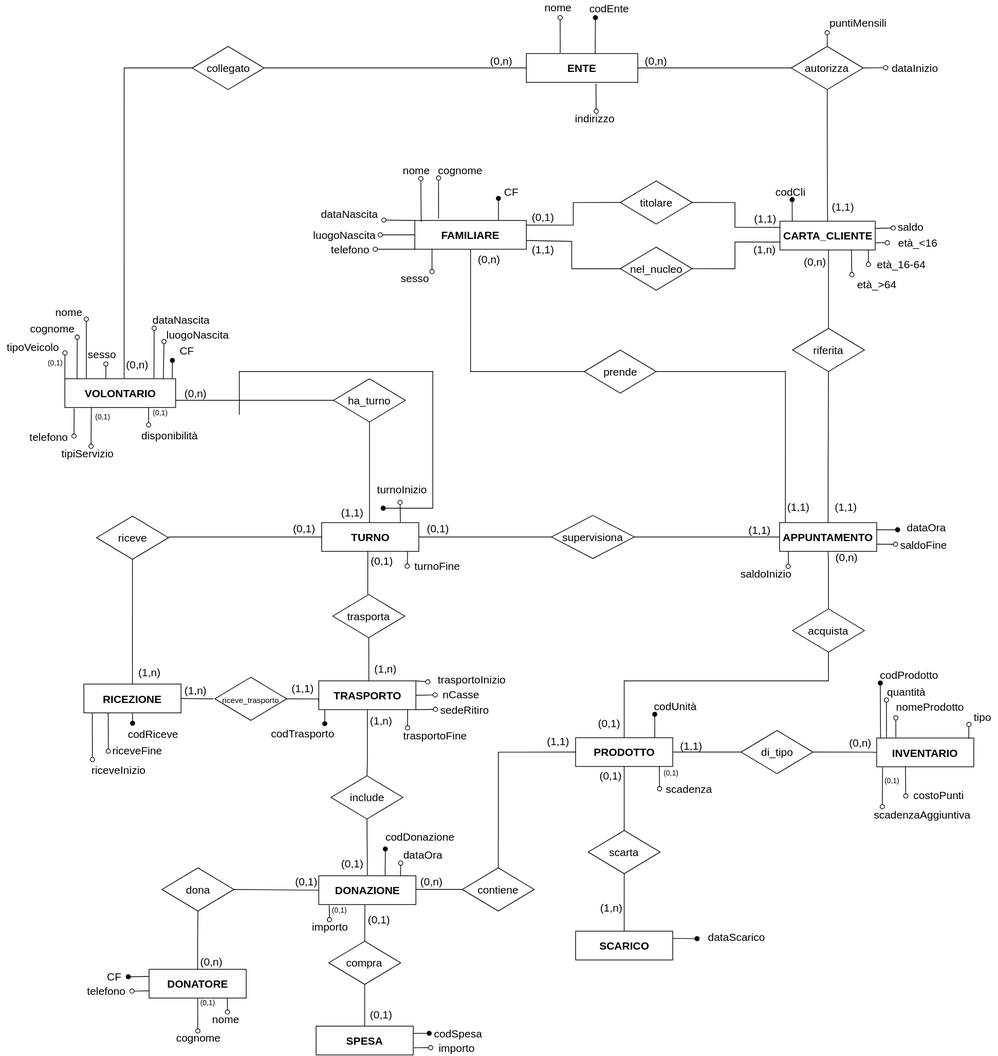
Ludof63/BDD-project keeps this draw.io diagram as PARTE I/.socialMarket_res.svg. Above is the earlier version. Source tidied: cells renumbered, new cells last; positions are measured from the earlier drawing's top-left corner, leaving out a move shared by most shapes.
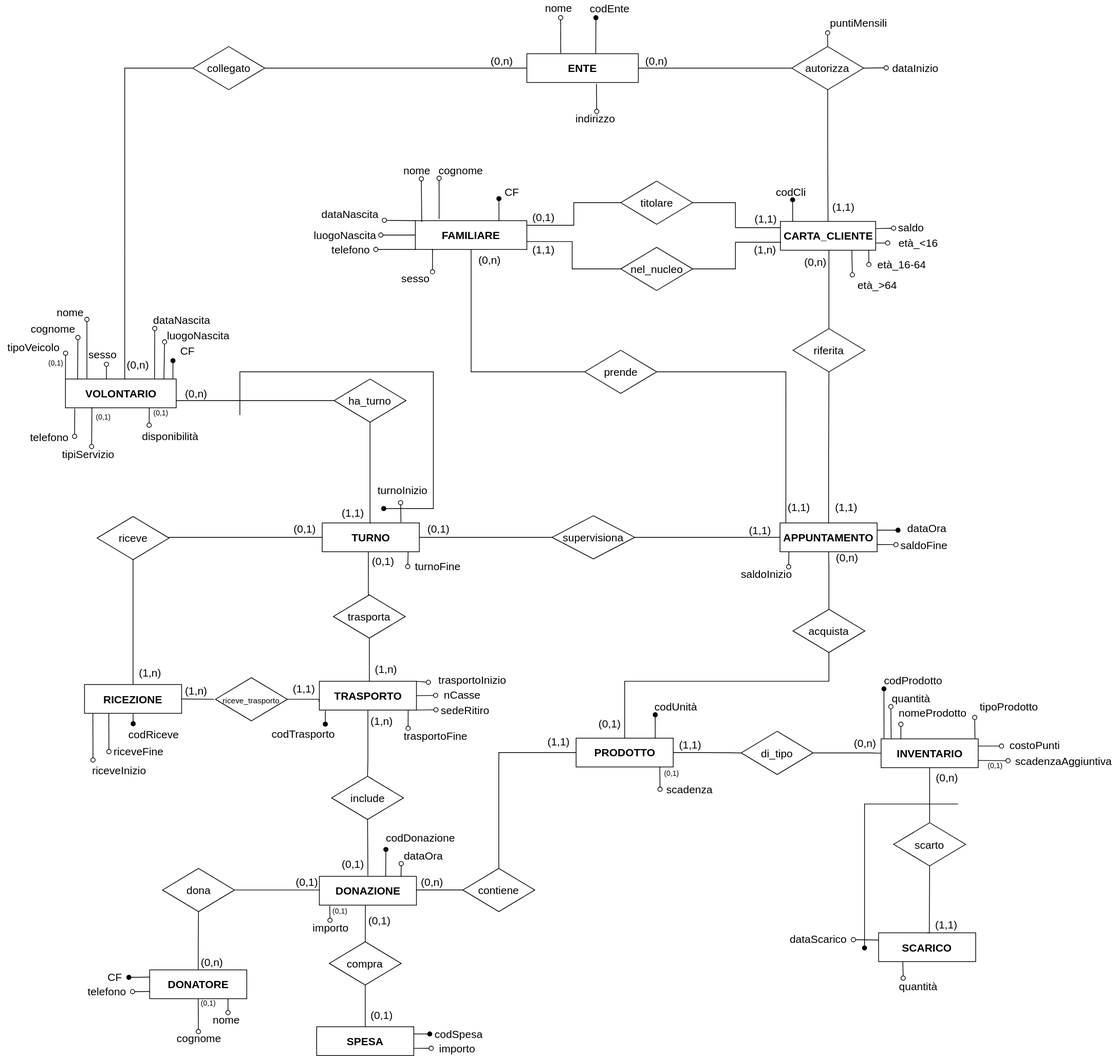
Above is the later version.

The edit, as a diff of the source:
```diff
@@ -489,35 +489,6 @@
     <mxCell id="142" value="&lt;font style=&quot;font-size: 10px&quot;&gt;(0,1)&lt;/font&gt;" style="text;html=1;align=center;verticalAlign=middle;strokeColor=none;fillColor=none;fontSize=15;" parent="1" vertex="1">
       <mxGeometry x="202.5" y="556" width="40" height="30" as="geometry" />
     </mxCell>
-    <mxCell id="143" value="&lt;b&gt;&lt;font style=&quot;font-size: 15px&quot;&gt;SCARICO&lt;br&gt;&lt;/font&gt;&lt;/b&gt;" style="rounded=0;whiteSpace=wrap;html=1;" parent="1" vertex="1">
-      <mxGeometry x="800.5" y="1294" width="135" height="40" as="geometry" />
-    </mxCell>
-    <mxCell id="144" value="dataScarico" style="text;html=1;align=center;verticalAlign=middle;points=[];strokeColor=none;fillColor=none;fontSize=15;" parent="1" vertex="1">
-      <mxGeometry x="973.5" y="1287" width="100" height="30" as="geometry" />
-    </mxCell>
-    <mxCell id="145" value="scarta" style="rhombus;whiteSpace=wrap;html=1;fontSize=15;" parent="1" vertex="1">
-      <mxGeometry x="818" y="1154" width="100" height="60" as="geometry" />
-    </mxCell>
-    <mxCell id="146" style="endArrow=none;html=1;rounded=0;fontSize=15;exitX=0.5;exitY=1;exitDx=0;exitDy=0;edgeStyle=orthogonalEdgeStyle;entryX=0.5;entryY=0;entryDx=0;entryDy=0;" parent="1" edge="1" source="2" target="145">
-      <mxGeometry relative="1" as="geometry" />
-    </mxCell>
-    <mxCell id="147" style="endArrow=none;html=1;rounded=0;fontSize=15;exitX=0.5;exitY=1;exitDx=0;exitDy=0;edgeStyle=orthogonalEdgeStyle;entryX=0.5;entryY=0;entryDx=0;entryDy=0;" parent="1" edge="1" source="145" target="143">
-      <mxGeometry relative="1" as="geometry">
-        <Array as="points">
-          <mxPoint x="868" y="1264" />
-          <mxPoint x="868" y="1264" />
-        </Array>
-      </mxGeometry>
-    </mxCell>
-    <mxCell id="148" value="(0,1)" style="text;html=1;align=center;verticalAlign=middle;strokeColor=none;fillColor=none;fontSize=15;" parent="1" vertex="1">
-      <mxGeometry x="823.5" y="1068" width="50" height="20" as="geometry" />
-    </mxCell>
-    <mxCell id="149" value="(1,n)" style="text;html=1;align=center;verticalAlign=middle;strokeColor=none;fillColor=none;fontSize=15;" parent="1" vertex="1">
-      <mxGeometry x="824.5" y="1251" width="50" height="20" as="geometry" />
-    </mxCell>
-    <mxCell id="150" style="edgeStyle=none;rounded=0;jettySize=auto;html=1;fontSize=15;endArrow=oval;endFill=1;exitX=1;exitY=0.25;exitDx=0;exitDy=0;entryX=-0.042;entryY=0.581;entryDx=0;entryDy=0;entryPerimeter=0;" parent="1" edge="1" source="143" target="144">
-      <mxGeometry relative="1" as="geometry" />
-    </mxCell>
     <mxCell id="151" value="&lt;b&gt;&lt;font style=&quot;font-size: 15px&quot;&gt;TURNO&lt;br&gt;&lt;/font&gt;&lt;/b&gt;" style="rounded=0;whiteSpace=wrap;html=1;" parent="1" vertex="1">
       <mxGeometry x="447.5" y="726" width="135" height="40" as="geometry" />
     </mxCell>
@@ -544,63 +515,12 @@
     <mxCell id="157" value="(0,n)" style="text;html=1;align=center;verticalAlign=middle;strokeColor=none;fillColor=none;fontSize=15;" parent="1" vertex="1">
       <mxGeometry x="247" y="536" width="50" height="20" as="geometry" />
     </mxCell>
-    <mxCell id="158" value="&lt;b&gt;&lt;font style=&quot;font-size: 15px&quot;&gt;INVENTARIO&lt;br&gt;&lt;/font&gt;&lt;/b&gt;" style="rounded=0;whiteSpace=wrap;html=1;" parent="1" vertex="1">
-      <mxGeometry x="1219" y="1025.5" width="135" height="40" as="geometry" />
-    </mxCell>
-    <mxCell id="159" value="codProdotto" style="text;html=1;align=center;verticalAlign=middle;points=[];strokeColor=none;fillColor=none;fontSize=15;" parent="1" vertex="1">
-      <mxGeometry x="1214" y="927.5" width="100" height="20" as="geometry" />
-    </mxCell>
-    <mxCell id="160" style="edgeStyle=none;rounded=0;jettySize=auto;html=1;fontSize=15;endArrow=oval;endFill=1;exitX=0.04;exitY=0;exitDx=0;exitDy=0;entryX=0.1;entryY=1.075;entryDx=0;entryDy=0;entryPerimeter=0;exitPerimeter=0;" parent="1" edge="1" source="158" target="159">
-      <mxGeometry relative="1" as="geometry" />
-    </mxCell>
-    <mxCell id="161" value="costoPunti" style="text;html=1;align=center;verticalAlign=middle;points=[];strokeColor=none;fillColor=none;fontSize=15;" parent="1" vertex="1">
-      <mxGeometry x="1260" y="1095" width="90" height="20" as="geometry" />
-    </mxCell>
-    <mxCell id="162" style="edgeStyle=none;rounded=0;jettySize=auto;html=1;fontSize=15;endArrow=oval;endFill=0;entryX=-0.006;entryY=0.55;entryDx=0;entryDy=0;entryPerimeter=0;" parent="1" edge="1" target="161">
-      <mxGeometry relative="1" as="geometry">
-        <mxPoint x="1259" y="1066" as="sourcePoint" />
-      </mxGeometry>
-    </mxCell>
-    <mxCell id="163" value="scadenzaAggiuntiva" style="text;html=1;align=center;verticalAlign=middle;points=[];strokeColor=none;fillColor=none;fontSize=15;" parent="1" vertex="1">
-      <mxGeometry x="1207" y="1121.5" width="150" height="20" as="geometry" />
-    </mxCell>
-    <mxCell id="164" style="edgeStyle=none;rounded=0;jettySize=auto;html=1;fontSize=15;endArrow=oval;endFill=0;entryX=0.132;entryY=-0.029;entryDx=0;entryDy=0;entryPerimeter=0;exitX=0.061;exitY=1.023;exitDx=0;exitDy=0;exitPerimeter=0;" parent="1" edge="1" source="158" target="163">
-      <mxGeometry relative="1" as="geometry" />
-    </mxCell>
-    <mxCell id="165" value="&lt;font style=&quot;font-size: 10px&quot;&gt;(0,1)&lt;/font&gt;" style="text;html=1;align=center;verticalAlign=middle;strokeColor=none;fillColor=none;fontSize=15;" parent="1" vertex="1">
-      <mxGeometry x="1220" y="1068" width="40" height="30" as="geometry" />
-    </mxCell>
-    <mxCell id="166" value="di_tipo" style="rhombus;whiteSpace=wrap;html=1;fontSize=15;" parent="1" vertex="1">
-      <mxGeometry x="1030.5" y="1015" width="100" height="60" as="geometry" />
-    </mxCell>
-    <mxCell id="167" style="endArrow=none;html=1;rounded=0;fontSize=15;exitX=1;exitY=0.5;exitDx=0;exitDy=0;edgeStyle=orthogonalEdgeStyle;entryX=0;entryY=0.5;entryDx=0;entryDy=0;" parent="1" edge="1" source="166" target="158">
-      <mxGeometry relative="1" as="geometry">
-        <Array as="points">
-          <mxPoint x="1212" y="1045" />
-        </Array>
-      </mxGeometry>
-    </mxCell>
     <mxCell id="168" style="endArrow=none;html=1;rounded=0;fontSize=15;exitX=1;exitY=0.5;exitDx=0;exitDy=0;edgeStyle=orthogonalEdgeStyle;entryX=0;entryY=0.5;entryDx=0;entryDy=0;" parent="1" edge="1" source="2" target="166">
       <mxGeometry relative="1" as="geometry" />
     </mxCell>
     <mxCell id="169" value="(1,1)" style="text;html=1;align=center;verticalAlign=middle;strokeColor=none;fillColor=none;fontSize=15;" parent="1" vertex="1">
-      <mxGeometry x="935.5" y="1025.5" width="50" height="20" as="geometry" />
+      <mxGeometry x="933.5" y="1023.5" width="50" height="20" as="geometry" />
     </mxCell>
-    <mxCell id="170" value="(0,n)" style="text;html=1;align=center;verticalAlign=middle;strokeColor=none;fillColor=none;fontSize=15;" parent="1" vertex="1">
-      <mxGeometry x="1171" y="1021.5" width="50" height="20" as="geometry" />
-    </mxCell>
-    <mxCell id="171" value="quantità" style="text;html=1;align=center;verticalAlign=middle;points=[];strokeColor=none;fillColor=none;fontSize=15;" parent="1" vertex="1">
-      <mxGeometry x="1225" y="951" width="70" height="20" as="geometry" />
-    </mxCell>
-    <mxCell id="172" style="edgeStyle=none;rounded=0;jettySize=auto;html=1;fontSize=15;endArrow=oval;endFill=0;entryX=0.108;entryY=1.083;entryDx=0;entryDy=0;entryPerimeter=0;exitX=0.101;exitY=-0.01;exitDx=0;exitDy=0;exitPerimeter=0;" parent="1" edge="1" source="158" target="171">
-      <mxGeometry relative="1" as="geometry" />
-    </mxCell>
-    <mxCell id="173" value="tipo" style="text;html=1;align=center;verticalAlign=middle;points=[];strokeColor=none;fillColor=none;fontSize=15;" parent="1" vertex="1">
-      <mxGeometry x="1346" y="986" width="40" height="20" as="geometry" />
-    </mxCell>
-    <mxCell id="174" style="edgeStyle=none;rounded=0;jettySize=auto;html=1;fontSize=15;endArrow=oval;endFill=0;entryX=0.032;entryY=1.024;entryDx=0;entryDy=0;entryPerimeter=0;exitX=0.948;exitY=0.024;exitDx=0;exitDy=0;exitPerimeter=0;" parent="1" edge="1" source="158" target="173">
-      <mxGeometry relative="1" as="geometry" />
-    </mxCell>
     <mxCell id="175" value="telefono&lt;br&gt;" style="text;html=1;align=center;verticalAlign=middle;points=[];strokeColor=none;fillColor=none;fontSize=15;" parent="1" vertex="1">
       <mxGeometry x="112.6" y="1367" width="70" height="20" as="geometry" />
     </mxCell>
@@ -776,12 +696,6 @@
     <mxCell id="217" value="riceveInizio" style="text;html=1;align=center;verticalAlign=middle;points=[];strokeColor=none;fillColor=none;fontSize=15;" parent="1" vertex="1">
       <mxGeometry x="114.6" y="1055" width="100" height="30" as="geometry" />
     </mxCell>
-    <mxCell id="218" value="nomeProdotto" style="text;html=1;align=center;verticalAlign=middle;points=[];strokeColor=none;fillColor=none;fontSize=15;" parent="1" vertex="1">
-      <mxGeometry x="1233" y="967" width="120" height="30" as="geometry" />
-    </mxCell>
-    <mxCell id="219" style="edgeStyle=none;rounded=0;jettySize=auto;html=1;fontSize=15;endArrow=oval;endFill=0;exitX=0.198;exitY=-0.024;exitDx=0;exitDy=0;exitPerimeter=0;entryX=0.105;entryY=1.015;entryDx=0;entryDy=0;entryPerimeter=0;" parent="1" edge="1" source="158" target="218">
-      <mxGeometry relative="1" as="geometry" />
-    </mxCell>
     <mxCell id="220" value="nel_nucleo" style="rhombus;whiteSpace=wrap;html=1;fontSize=15;" parent="1" vertex="1">
       <mxGeometry x="862.5" y="343" width="100" height="60" as="geometry" />
     </mxCell>
@@ -830,5 +744,110 @@
     <mxCell id="229" value="(1,n)" style="text;html=1;align=center;verticalAlign=middle;strokeColor=none;fillColor=none;fontSize=15;" parent="1" vertex="1">
       <mxGeometry x="1038" y="331" width="50" height="30" as="geometry" />
     </mxCell>
+    <mxCell id="143" value="&lt;b&gt;&lt;font style=&quot;font-size: 15px&quot;&gt;SCARICO&lt;br&gt;&lt;/font&gt;&lt;/b&gt;" style="rounded=0;whiteSpace=wrap;html=1;" parent="1" vertex="1">
+      <mxGeometry x="1221" y="1295.5" width="135" height="40" as="geometry" />
+    </mxCell>
+    <mxCell id="158" value="&lt;b&gt;&lt;font style=&quot;font-size: 15px&quot;&gt;INVENTARIO&lt;br&gt;&lt;/font&gt;&lt;/b&gt;" style="rounded=0;whiteSpace=wrap;html=1;" parent="1" vertex="1">
+      <mxGeometry x="1224.5" y="1026" width="135" height="40" as="geometry" />
+    </mxCell>
+    <mxCell id="159" value="codProdotto" style="text;html=1;align=center;verticalAlign=middle;points=[];strokeColor=none;fillColor=none;fontSize=15;" parent="1" vertex="1">
+      <mxGeometry x="1218.5" y="935" width="100" height="20" as="geometry" />
+    </mxCell>
+    <mxCell id="160" style="edgeStyle=none;rounded=0;jettySize=auto;html=1;fontSize=15;endArrow=oval;endFill=1;exitX=0.03;exitY=-0.013;exitDx=0;exitDy=0;entryX=0.1;entryY=1.075;entryDx=0;entryDy=0;entryPerimeter=0;exitPerimeter=0;" parent="1" edge="1" source="158" target="159">
+      <mxGeometry relative="1" as="geometry" />
+    </mxCell>
+    <mxCell id="161" value="costoPunti" style="text;html=1;align=center;verticalAlign=middle;points=[];strokeColor=none;fillColor=none;fontSize=15;" parent="1" vertex="1">
+      <mxGeometry x="1392.5" y="1025" width="90" height="20" as="geometry" />
+    </mxCell>
+    <mxCell id="230" style="edgeStyle=none;rounded=0;jettySize=auto;html=1;fontSize=15;endArrow=oval;endFill=0;entryX=-0.006;entryY=0.55;entryDx=0;entryDy=0;entryPerimeter=0;exitX=1;exitY=0.25;exitDx=0;exitDy=0;" parent="1" edge="1" source="158" target="161">
+      <mxGeometry relative="1" as="geometry" />
+    </mxCell>
+    <mxCell id="163" value="scadenzaAggiuntiva" style="text;html=1;align=center;verticalAlign=middle;points=[];strokeColor=none;fillColor=none;fontSize=15;" parent="1" vertex="1">
+      <mxGeometry x="1402.5" y="1047" width="150" height="20" as="geometry" />
+    </mxCell>
+    <mxCell id="164" style="edgeStyle=none;rounded=0;jettySize=auto;html=1;fontSize=15;endArrow=oval;endFill=0;entryX=-0.01;entryY=0.468;entryDx=0;entryDy=0;entryPerimeter=0;exitX=1;exitY=0.75;exitDx=0;exitDy=0;" parent="1" edge="1" source="158" target="163">
+      <mxGeometry relative="1" as="geometry" />
+    </mxCell>
+    <mxCell id="165" value="&lt;font style=&quot;font-size: 10px&quot;&gt;(0,1)&lt;/font&gt;" style="text;html=1;align=center;verticalAlign=middle;strokeColor=none;fillColor=none;fontSize=15;" parent="1" vertex="1">
+      <mxGeometry x="1362.5" y="1045.5" width="40" height="30" as="geometry" />
+    </mxCell>
+    <mxCell id="166" value="di_tipo" style="rhombus;whiteSpace=wrap;html=1;fontSize=15;" parent="1" vertex="1">
+      <mxGeometry x="1030" y="1015.5" width="100" height="60" as="geometry" />
+    </mxCell>
+    <mxCell id="167" style="endArrow=none;html=1;rounded=0;fontSize=15;exitX=1;exitY=0.5;exitDx=0;exitDy=0;edgeStyle=orthogonalEdgeStyle;entryX=0;entryY=0.5;entryDx=0;entryDy=0;" parent="1" edge="1" source="166" target="158">
+      <mxGeometry relative="1" as="geometry">
+        <Array as="points">
+          <mxPoint x="1211.5" y="1045.5" />
+        </Array>
+      </mxGeometry>
+    </mxCell>
+    <mxCell id="231" value="(0,n)" style="text;html=1;align=center;verticalAlign=middle;strokeColor=none;fillColor=none;fontSize=15;" parent="1" vertex="1">
+      <mxGeometry x="1176.5" y="1022" width="50" height="20" as="geometry" />
+    </mxCell>
+    <mxCell id="232" value="quantità" style="text;html=1;align=center;verticalAlign=middle;points=[];strokeColor=none;fillColor=none;fontSize=15;" parent="1" vertex="1">
+      <mxGeometry x="1230.5" y="959.5" width="70" height="20" as="geometry" />
+    </mxCell>
+    <mxCell id="233" style="edgeStyle=none;rounded=0;jettySize=auto;html=1;fontSize=15;endArrow=oval;endFill=0;entryX=0.108;entryY=1.083;entryDx=0;entryDy=0;entryPerimeter=0;exitX=0.104;exitY=-0.013;exitDx=0;exitDy=0;exitPerimeter=0;" parent="1" edge="1" source="158" target="232">
+      <mxGeometry relative="1" as="geometry" />
+    </mxCell>
+    <mxCell id="234" value="tipoProdotto" style="text;html=1;align=center;verticalAlign=middle;points=[];strokeColor=none;fillColor=none;fontSize=15;" parent="1" vertex="1">
+      <mxGeometry x="1351.5" y="965.5" width="100" height="30" as="geometry" />
+    </mxCell>
+    <mxCell id="235" style="edgeStyle=none;rounded=0;jettySize=auto;html=1;fontSize=15;endArrow=oval;endFill=0;entryX=0.032;entryY=1.024;entryDx=0;entryDy=0;entryPerimeter=0;exitX=0.967;exitY=-0.013;exitDx=0;exitDy=0;exitPerimeter=0;" parent="1" edge="1" source="158" target="234">
+      <mxGeometry relative="1" as="geometry" />
+    </mxCell>
+    <mxCell id="218" value="nomeProdotto" style="text;html=1;align=center;verticalAlign=middle;points=[];strokeColor=none;fillColor=none;fontSize=15;" parent="1" vertex="1">
+      <mxGeometry x="1235.5" y="975" width="120" height="30" as="geometry" />
+    </mxCell>
+    <mxCell id="219" style="edgeStyle=none;rounded=0;jettySize=auto;html=1;fontSize=15;endArrow=oval;endFill=0;exitX=0.204;exitY=0.012;exitDx=0;exitDy=0;exitPerimeter=0;entryX=0.138;entryY=1.024;entryDx=0;entryDy=0;entryPerimeter=0;" parent="1" edge="1" source="158" target="218">
+      <mxGeometry relative="1" as="geometry" />
+    </mxCell>
+    <mxCell id="236" value="quantità" style="text;html=1;align=center;verticalAlign=middle;points=[];strokeColor=none;fillColor=none;fontSize=15;" parent="1" vertex="1">
+      <mxGeometry x="1241" y="1359.5" width="70" height="20" as="geometry" />
+    </mxCell>
+    <mxCell id="237" style="edgeStyle=none;rounded=0;jettySize=auto;html=1;fontSize=15;endArrow=oval;endFill=0;entryX=0.203;entryY=-0.053;entryDx=0;entryDy=0;entryPerimeter=0;exitX=0.25;exitY=1;exitDx=0;exitDy=0;" parent="1" edge="1" source="143" target="236">
+      <mxGeometry relative="1" as="geometry" />
+    </mxCell>
+    <mxCell id="238" value="scarto" style="rhombus;whiteSpace=wrap;html=1;fontSize=15;" parent="1" vertex="1">
+      <mxGeometry x="1242" y="1142.5" width="100" height="60" as="geometry" />
+    </mxCell>
+    <mxCell id="239" style="edgeStyle=none;rounded=0;orthogonalLoop=1;jettySize=auto;html=1;fontSize=15;endArrow=oval;endFill=1;" parent="1" edge="1">
+      <mxGeometry relative="1" as="geometry">
+        <mxPoint x="1331.5" y="1116.5" as="sourcePoint" />
+        <mxPoint x="1201.5" y="1316.5" as="targetPoint" />
+        <Array as="points">
+          <mxPoint x="1201.5" y="1116.5" />
+        </Array>
+      </mxGeometry>
+    </mxCell>
+    <mxCell id="240" style="endArrow=none;html=1;rounded=0;fontSize=15;edgeStyle=orthogonalEdgeStyle;exitX=0.5;exitY=1;exitDx=0;exitDy=0;entryX=0.5;entryY=0;entryDx=0;entryDy=0;" parent="1" edge="1" source="158" target="238">
+      <mxGeometry relative="1" as="geometry">
+        <Array as="points">
+          <mxPoint x="1291.5" y="1066.5" />
+          <mxPoint x="1291.5" y="1138.5" />
+        </Array>
+      </mxGeometry>
+    </mxCell>
+    <mxCell id="241" style="endArrow=none;html=1;rounded=0;fontSize=15;edgeStyle=orthogonalEdgeStyle;exitX=0.5;exitY=1;exitDx=0;exitDy=0;entryX=0.5;entryY=0;entryDx=0;entryDy=0;" parent="1" edge="1" source="238" target="143">
+      <mxGeometry relative="1" as="geometry">
+        <Array as="points">
+          <mxPoint x="1291.5" y="1206.5" />
+          <mxPoint x="1291.5" y="1206.5" />
+          <mxPoint x="1291.5" y="1295.5" />
+        </Array>
+      </mxGeometry>
+    </mxCell>
+    <mxCell id="144" value="dataScarico" style="text;html=1;align=center;verticalAlign=middle;points=[];strokeColor=none;fillColor=none;fontSize=15;" parent="1" vertex="1">
+      <mxGeometry x="1086.5" y="1288.5" width="100" height="30" as="geometry" />
+    </mxCell>
+    <mxCell id="150" style="edgeStyle=none;rounded=0;jettySize=auto;html=1;fontSize=15;endArrow=oval;endFill=0;entryX=0.995;entryY=0.551;entryDx=0;entryDy=0;entryPerimeter=0;exitX=0;exitY=0.25;exitDx=0;exitDy=0;" parent="1" edge="1" source="143" target="144">
+      <mxGeometry relative="1" as="geometry" />
+    </mxCell>
+    <mxCell id="242" value="(1,1)" style="text;html=1;align=center;verticalAlign=middle;strokeColor=none;fillColor=none;fontSize=15;" parent="1" vertex="1">
+      <mxGeometry x="1290" y="1273.5" width="50" height="20" as="geometry" />
+    </mxCell>
+    <mxCell id="243" value="(0,n)" style="text;html=1;align=center;verticalAlign=middle;strokeColor=none;fillColor=none;fontSize=15;" parent="1" vertex="1">
+      <mxGeometry x="1291" y="1065" width="50" height="30" as="geometry" />
+    </mxCell>
   </root>
 </mxGraphModel>
```
